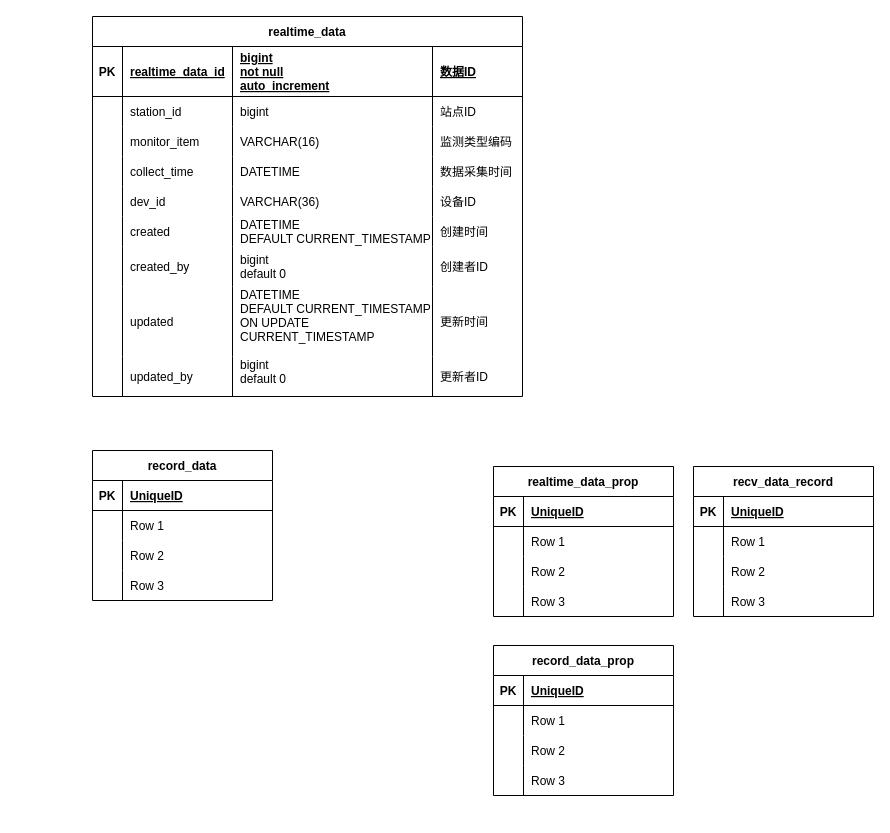
514094388/Hms-ER keeps this draw.io diagram as 监测数据.drawio. Above is the earlier version. Source tidied: cells renumbered, new cells numbered last; positions are measured from the earlier drawing's top-left corner, leaving out a move shared by most shapes. Both pictures are drawn from the tidied source at 100%, with x=0, y=0 at pixel (92, 16).
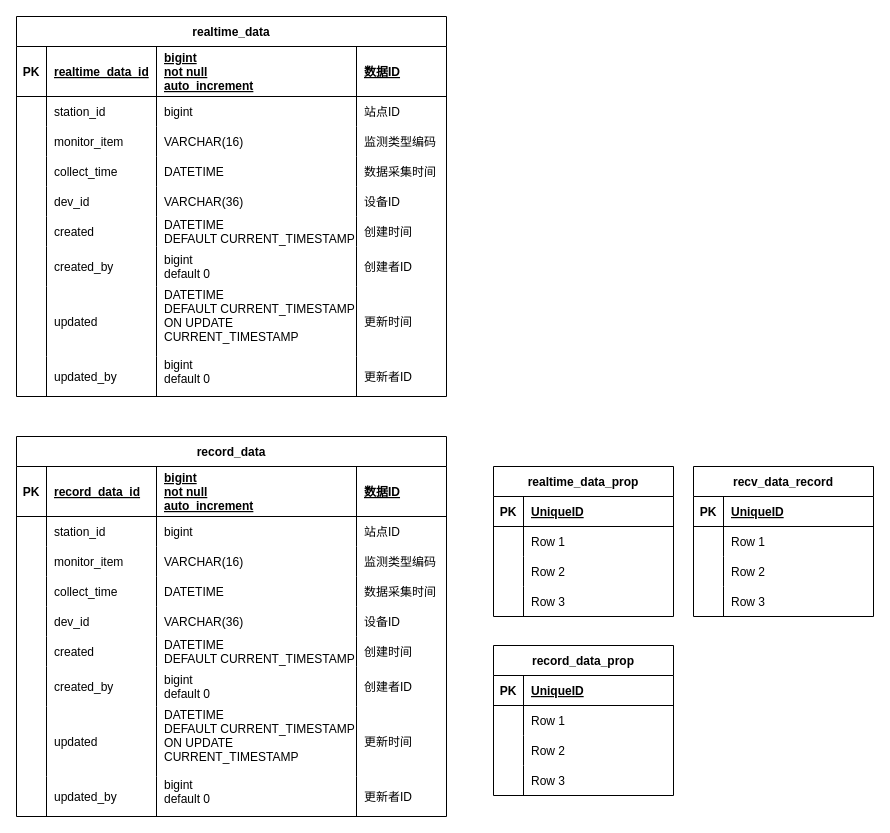
The same diagram, later.

Commit message (it also covers changes not shown here):
更新监测数据.drawio

The edit, as a diff of the source:
```diff
@@
     <mxCell id="2" value="realtime_data" style="shape=table;startSize=30;childLayout=tableLayout;rowLines=0;fontStyle=1;align=center;" parent="1" vertex="1">
-      <mxGeometry width="430" height="380" as="geometry" />
+      <mxGeometry x="-76" width="430" height="380" as="geometry" />
     </mxCell>
@@
-    <mxCell id="61" value="record_data" style="shape=table;startSize=30;childLayout=tableLayout;rowLines=0;fontStyle=1;align=center;" parent="1" vertex="1">
-      <mxGeometry y="434" width="180" height="150" as="geometry" />
-    </mxCell>
-    <mxCell id="62" style="shape=tableRow;horizontal=0;startSize=0;swimlaneHead=0;swimlaneBody=0;fillColor=none;top=0;left=0;right=0;bottom=1;" parent="61" vertex="1">
-      <mxGeometry y="30" width="180" height="30" as="geometry" />
-    </mxCell>
-    <mxCell id="63" value="PK" style="shape=partialRectangle;fillColor=none;top=0;left=0;bottom=0;right=0;fontStyle=1;overflow=hidden;" parent="62" vertex="1">
-      <mxGeometry width="30" height="30" as="geometry" />
-    </mxCell>
-    <mxCell id="64" value="UniqueID" style="shape=partialRectangle;fillColor=none;top=0;left=0;bottom=0;right=0;align=left;spacingLeft=6;fontStyle=5;overflow=hidden;" parent="62" vertex="1">
-      <mxGeometry x="30" width="150" height="30" as="geometry" />
-    </mxCell>
-    <mxCell id="65" style="shape=tableRow;horizontal=0;startSize=0;swimlaneHead=0;swimlaneBody=0;fillColor=none;top=0;left=0;right=0;bottom=0;" parent="61" vertex="1">
-      <mxGeometry y="60" width="180" height="30" as="geometry" />
-    </mxCell>
-    <mxCell id="66" style="shape=partialRectangle;fillColor=none;top=0;left=0;bottom=0;right=0;overflow=hidden;" parent="65" vertex="1">
-      <mxGeometry width="30" height="30" as="geometry" />
-    </mxCell>
-    <mxCell id="67" value="Row 1" style="shape=partialRectangle;fillColor=none;top=0;left=0;bottom=0;right=0;align=left;spacingLeft=6;overflow=hidden;" parent="65" vertex="1">
-      <mxGeometry x="30" width="150" height="30" as="geometry" />
-    </mxCell>
-    <mxCell id="68" style="shape=tableRow;horizontal=0;startSize=0;swimlaneHead=0;swimlaneBody=0;fillColor=none;top=0;left=0;right=0;bottom=0;" parent="61" vertex="1">
-      <mxGeometry y="90" width="180" height="30" as="geometry" />
-    </mxCell>
-    <mxCell id="69" style="shape=partialRectangle;fillColor=none;top=0;left=0;bottom=0;right=0;overflow=hidden;" parent="68" vertex="1">
-      <mxGeometry width="30" height="30" as="geometry" />
-    </mxCell>
-    <mxCell id="70" value="Row 2" style="shape=partialRectangle;fillColor=none;top=0;left=0;bottom=0;right=0;align=left;spacingLeft=6;overflow=hidden;" parent="68" vertex="1">
-      <mxGeometry x="30" width="150" height="30" as="geometry" />
-    </mxCell>
-    <mxCell id="71" style="shape=tableRow;horizontal=0;startSize=0;swimlaneHead=0;swimlaneBody=0;fillColor=none;top=0;left=0;right=0;bottom=0;" parent="61" vertex="1">
-      <mxGeometry y="120" width="180" height="30" as="geometry" />
-    </mxCell>
-    <mxCell id="72" style="shape=partialRectangle;fillColor=none;top=0;left=0;bottom=0;right=0;overflow=hidden;" parent="71" vertex="1">
-      <mxGeometry width="30" height="30" as="geometry" />
-    </mxCell>
-    <mxCell id="73" value="Row 3" style="shape=partialRectangle;fillColor=none;top=0;left=0;bottom=0;right=0;align=left;spacingLeft=6;overflow=hidden;" parent="71" vertex="1">
-      <mxGeometry x="30" width="150" height="30" as="geometry" />
-    </mxCell>
@@
+    <mxCell id="61" value="record_data" style="shape=table;startSize=30;childLayout=tableLayout;rowLines=0;fontStyle=1;align=center;" parent="1" vertex="1">
+      <mxGeometry x="-76" y="420" width="430" height="380" as="geometry" />
+    </mxCell>
+    <mxCell id="100" style="shape=tableRow;horizontal=0;startSize=0;swimlaneHead=0;swimlaneBody=0;fillColor=none;top=0;left=0;right=0;bottom=1;" parent="61" vertex="1">
+      <mxGeometry y="30" width="430" height="50" as="geometry" />
+    </mxCell>
+    <mxCell id="63" value="PK" style="shape=partialRectangle;fillColor=none;top=0;left=0;bottom=0;right=0;fontStyle=1;overflow=hidden;" parent="100" vertex="1">
+      <mxGeometry width="30" height="50" as="geometry" />
+    </mxCell>
+    <mxCell id="101" value="record_data_id" style="shape=partialRectangle;fillColor=none;top=0;left=0;bottom=0;right=0;align=left;spacingLeft=6;fontStyle=5;overflow=hidden;" parent="100" vertex="1">
+      <mxGeometry x="30" width="110" height="50" as="geometry" />
+    </mxCell>
+    <mxCell id="102" value="bigint&#10;not null&#10;auto_increment" style="shape=partialRectangle;fillColor=none;top=0;left=0;bottom=0;right=0;align=left;spacingLeft=6;fontStyle=5;overflow=hidden;" parent="100" vertex="1">
+      <mxGeometry x="140" width="200" height="50" as="geometry" />
+    </mxCell>
+    <mxCell id="103" value="数据ID" style="shape=partialRectangle;fillColor=none;top=0;left=0;bottom=0;right=0;align=left;spacingLeft=6;fontStyle=5;overflow=hidden;" parent="100" vertex="1">
+      <mxGeometry x="340" width="90" height="50" as="geometry" />
+    </mxCell>
+    <mxCell id="104" style="shape=tableRow;horizontal=0;startSize=0;swimlaneHead=0;swimlaneBody=0;fillColor=none;top=0;left=0;right=0;bottom=0;" parent="61" vertex="1">
+      <mxGeometry y="80" width="430" height="30" as="geometry" />
+    </mxCell>
+    <mxCell id="105" style="shape=partialRectangle;fillColor=none;top=0;left=0;bottom=0;right=0;overflow=hidden;" parent="104" vertex="1">
+      <mxGeometry width="30" height="30" as="geometry" />
+    </mxCell>
+    <mxCell id="106" value="station_id" style="shape=partialRectangle;fillColor=none;top=0;left=0;bottom=0;right=0;align=left;spacingLeft=6;overflow=hidden;" parent="104" vertex="1">
+      <mxGeometry x="30" width="110" height="30" as="geometry" />
+    </mxCell>
+    <mxCell id="107" value="bigint" style="shape=partialRectangle;fillColor=none;top=0;left=0;bottom=0;right=0;align=left;spacingLeft=6;overflow=hidden;" parent="104" vertex="1">
+      <mxGeometry x="140" width="200" height="30" as="geometry" />
+    </mxCell>
+    <mxCell id="108" value="站点ID" style="shape=partialRectangle;fillColor=none;top=0;left=0;bottom=0;right=0;align=left;spacingLeft=6;overflow=hidden;" parent="104" vertex="1">
+      <mxGeometry x="340" width="90" height="30" as="geometry" />
+    </mxCell>
+    <mxCell id="109" style="shape=tableRow;horizontal=0;startSize=0;swimlaneHead=0;swimlaneBody=0;fillColor=none;top=0;left=0;right=0;bottom=0;" parent="61" vertex="1">
+      <mxGeometry y="110" width="430" height="30" as="geometry" />
+    </mxCell>
+    <mxCell id="110" style="shape=partialRectangle;fillColor=none;top=0;left=0;bottom=0;right=0;overflow=hidden;" parent="109" vertex="1">
+      <mxGeometry width="30" height="30" as="geometry" />
+    </mxCell>
+    <mxCell id="111" value="monitor_item" style="shape=partialRectangle;fillColor=none;top=0;left=0;bottom=0;right=0;align=left;spacingLeft=6;overflow=hidden;" parent="109" vertex="1">
+      <mxGeometry x="30" width="110" height="30" as="geometry" />
+    </mxCell>
+    <mxCell id="112" value="VARCHAR(16)" style="shape=partialRectangle;fillColor=none;top=0;left=0;bottom=0;right=0;align=left;spacingLeft=6;overflow=hidden;" parent="109" vertex="1">
+      <mxGeometry x="140" width="200" height="30" as="geometry" />
+    </mxCell>
+    <mxCell id="113" value="监测类型编码" style="shape=partialRectangle;fillColor=none;top=0;left=0;bottom=0;right=0;align=left;spacingLeft=6;overflow=hidden;" parent="109" vertex="1">
+      <mxGeometry x="340" width="90" height="30" as="geometry" />
+    </mxCell>
+    <mxCell id="114" style="shape=tableRow;horizontal=0;startSize=0;swimlaneHead=0;swimlaneBody=0;fillColor=none;top=0;left=0;right=0;bottom=0;" parent="61" vertex="1">
+      <mxGeometry y="140" width="430" height="30" as="geometry" />
+    </mxCell>
+    <mxCell id="115" style="shape=partialRectangle;fillColor=none;top=0;left=0;bottom=0;right=0;overflow=hidden;" parent="114" vertex="1">
+      <mxGeometry width="30" height="30" as="geometry" />
+    </mxCell>
+    <mxCell id="116" value="collect_time" style="shape=partialRectangle;fillColor=none;top=0;left=0;bottom=0;right=0;align=left;spacingLeft=6;overflow=hidden;" parent="114" vertex="1">
+      <mxGeometry x="30" width="110" height="30" as="geometry" />
+    </mxCell>
+    <mxCell id="117" value="DATETIME" style="shape=partialRectangle;fillColor=none;top=0;left=0;bottom=0;right=0;align=left;spacingLeft=6;overflow=hidden;" parent="114" vertex="1">
+      <mxGeometry x="140" width="200" height="30" as="geometry" />
+    </mxCell>
+    <mxCell id="118" value="数据采集时间" style="shape=partialRectangle;fillColor=none;top=0;left=0;bottom=0;right=0;align=left;spacingLeft=6;overflow=hidden;" parent="114" vertex="1">
+      <mxGeometry x="340" width="90" height="30" as="geometry" />
+    </mxCell>
+    <mxCell id="119" style="shape=tableRow;horizontal=0;startSize=0;swimlaneHead=0;swimlaneBody=0;fillColor=none;top=0;left=0;right=0;bottom=0;" parent="61" vertex="1">
+      <mxGeometry y="170" width="430" height="30" as="geometry" />
+    </mxCell>
+    <mxCell id="120" style="shape=partialRectangle;fillColor=none;top=0;left=0;bottom=0;right=0;overflow=hidden;" parent="119" vertex="1">
+      <mxGeometry width="30" height="30" as="geometry" />
+    </mxCell>
+    <mxCell id="121" value="dev_id" style="shape=partialRectangle;fillColor=none;top=0;left=0;bottom=0;right=0;align=left;spacingLeft=6;overflow=hidden;" parent="119" vertex="1">
+      <mxGeometry x="30" width="110" height="30" as="geometry" />
+    </mxCell>
+    <mxCell id="122" value="VARCHAR(36)" style="shape=partialRectangle;fillColor=none;top=0;left=0;bottom=0;right=0;align=left;spacingLeft=6;overflow=hidden;" parent="119" vertex="1">
+      <mxGeometry x="140" width="200" height="30" as="geometry" />
+    </mxCell>
+    <mxCell id="123" value="设备ID" style="shape=partialRectangle;fillColor=none;top=0;left=0;bottom=0;right=0;align=left;spacingLeft=6;overflow=hidden;" parent="119" vertex="1">
+      <mxGeometry x="340" width="90" height="30" as="geometry" />
+    </mxCell>
+    <mxCell id="124" style="shape=tableRow;horizontal=0;startSize=0;swimlaneHead=0;swimlaneBody=0;fillColor=none;top=0;left=0;right=0;bottom=0;" parent="61" vertex="1">
+      <mxGeometry y="200" width="430" height="30" as="geometry" />
+    </mxCell>
+    <mxCell id="125" style="shape=partialRectangle;fillColor=none;top=0;left=0;bottom=0;right=0;overflow=hidden;" parent="124" vertex="1">
+      <mxGeometry width="30" height="30" as="geometry" />
+    </mxCell>
+    <mxCell id="126" value="created" style="shape=partialRectangle;fillColor=none;top=0;left=0;bottom=0;right=0;align=left;spacingLeft=6;overflow=hidden;" parent="124" vertex="1">
+      <mxGeometry x="30" width="110" height="30" as="geometry" />
+    </mxCell>
+    <mxCell id="127" value="DATETIME&#10;DEFAULT CURRENT_TIMESTAMP" style="shape=partialRectangle;fillColor=none;top=0;left=0;bottom=0;right=0;align=left;spacingLeft=6;overflow=hidden;" parent="124" vertex="1">
+      <mxGeometry x="140" width="200" height="30" as="geometry" />
+    </mxCell>
+    <mxCell id="128" value="创建时间" style="shape=partialRectangle;fillColor=none;top=0;left=0;bottom=0;right=0;align=left;spacingLeft=6;overflow=hidden;" parent="124" vertex="1">
+      <mxGeometry x="340" width="90" height="30" as="geometry" />
+    </mxCell>
+    <mxCell id="129" style="shape=tableRow;horizontal=0;startSize=0;swimlaneHead=0;swimlaneBody=0;fillColor=none;top=0;left=0;right=0;bottom=0;" parent="61" vertex="1">
+      <mxGeometry y="230" width="430" height="40" as="geometry" />
+    </mxCell>
+    <mxCell id="130" style="shape=partialRectangle;fillColor=none;top=0;left=0;bottom=0;right=0;overflow=hidden;" parent="129" vertex="1">
+      <mxGeometry width="30" height="40" as="geometry" />
+    </mxCell>
+    <mxCell id="131" value="created_by" style="shape=partialRectangle;fillColor=none;top=0;left=0;bottom=0;right=0;align=left;spacingLeft=6;overflow=hidden;" parent="129" vertex="1">
+      <mxGeometry x="30" width="110" height="40" as="geometry" />
+    </mxCell>
+    <mxCell id="132" value="bigint&#10;default 0" style="shape=partialRectangle;fillColor=none;top=0;left=0;bottom=0;right=0;align=left;spacingLeft=6;overflow=hidden;" parent="129" vertex="1">
+      <mxGeometry x="140" width="200" height="40" as="geometry" />
+    </mxCell>
+    <mxCell id="133" value="创建者ID" style="shape=partialRectangle;fillColor=none;top=0;left=0;bottom=0;right=0;align=left;spacingLeft=6;overflow=hidden;" parent="129" vertex="1">
+      <mxGeometry x="340" width="90" height="40" as="geometry" />
+    </mxCell>
+    <mxCell id="134" style="shape=tableRow;horizontal=0;startSize=0;swimlaneHead=0;swimlaneBody=0;fillColor=none;top=0;left=0;right=0;bottom=0;" parent="61" vertex="1">
+      <mxGeometry y="270" width="430" height="70" as="geometry" />
+    </mxCell>
+    <mxCell id="135" style="shape=partialRectangle;fillColor=none;top=0;left=0;bottom=0;right=0;overflow=hidden;" parent="134" vertex="1">
+      <mxGeometry width="30" height="70" as="geometry" />
+    </mxCell>
+    <mxCell id="136" value="updated" style="shape=partialRectangle;fillColor=none;top=0;left=0;bottom=0;right=0;align=left;spacingLeft=6;overflow=hidden;" parent="134" vertex="1">
+      <mxGeometry x="30" width="110" height="70" as="geometry" />
+    </mxCell>
+    <mxCell id="137" value="DATETIME&#10;DEFAULT CURRENT_TIMESTAMP &#10;ON UPDATE &#10;CURRENT_TIMESTAMP&#10;" style="shape=partialRectangle;fillColor=none;top=0;left=0;bottom=0;right=0;align=left;spacingLeft=6;overflow=hidden;" parent="134" vertex="1">
+      <mxGeometry x="140" width="200" height="70" as="geometry" />
+    </mxCell>
+    <mxCell id="138" value="更新时间" style="shape=partialRectangle;fillColor=none;top=0;left=0;bottom=0;right=0;align=left;spacingLeft=6;overflow=hidden;" parent="134" vertex="1">
+      <mxGeometry x="340" width="90" height="70" as="geometry" />
+    </mxCell>
+    <mxCell id="139" style="shape=tableRow;horizontal=0;startSize=0;swimlaneHead=0;swimlaneBody=0;fillColor=none;top=0;left=0;right=0;bottom=0;" parent="61" vertex="1">
+      <mxGeometry y="340" width="430" height="40" as="geometry" />
+    </mxCell>
+    <mxCell id="140" style="shape=partialRectangle;fillColor=none;top=0;left=0;bottom=0;right=0;overflow=hidden;" parent="139" vertex="1">
+      <mxGeometry width="30" height="40" as="geometry" />
+    </mxCell>
+    <mxCell id="141" value="updated_by" style="shape=partialRectangle;fillColor=none;top=0;left=0;bottom=0;right=0;align=left;spacingLeft=6;overflow=hidden;" parent="139" vertex="1">
+      <mxGeometry x="30" width="110" height="40" as="geometry" />
+    </mxCell>
+    <mxCell id="142" value="bigint&#10;default 0&#10;" style="shape=partialRectangle;fillColor=none;top=0;left=0;bottom=0;right=0;align=left;spacingLeft=6;overflow=hidden;" parent="139" vertex="1">
+      <mxGeometry x="140" width="200" height="40" as="geometry" />
+    </mxCell>
+    <mxCell id="143" value="更新者ID" style="shape=partialRectangle;fillColor=none;top=0;left=0;bottom=0;right=0;align=left;spacingLeft=6;overflow=hidden;" parent="139" vertex="1">
+      <mxGeometry x="340" width="90" height="40" as="geometry" />
+    </mxCell>
```
